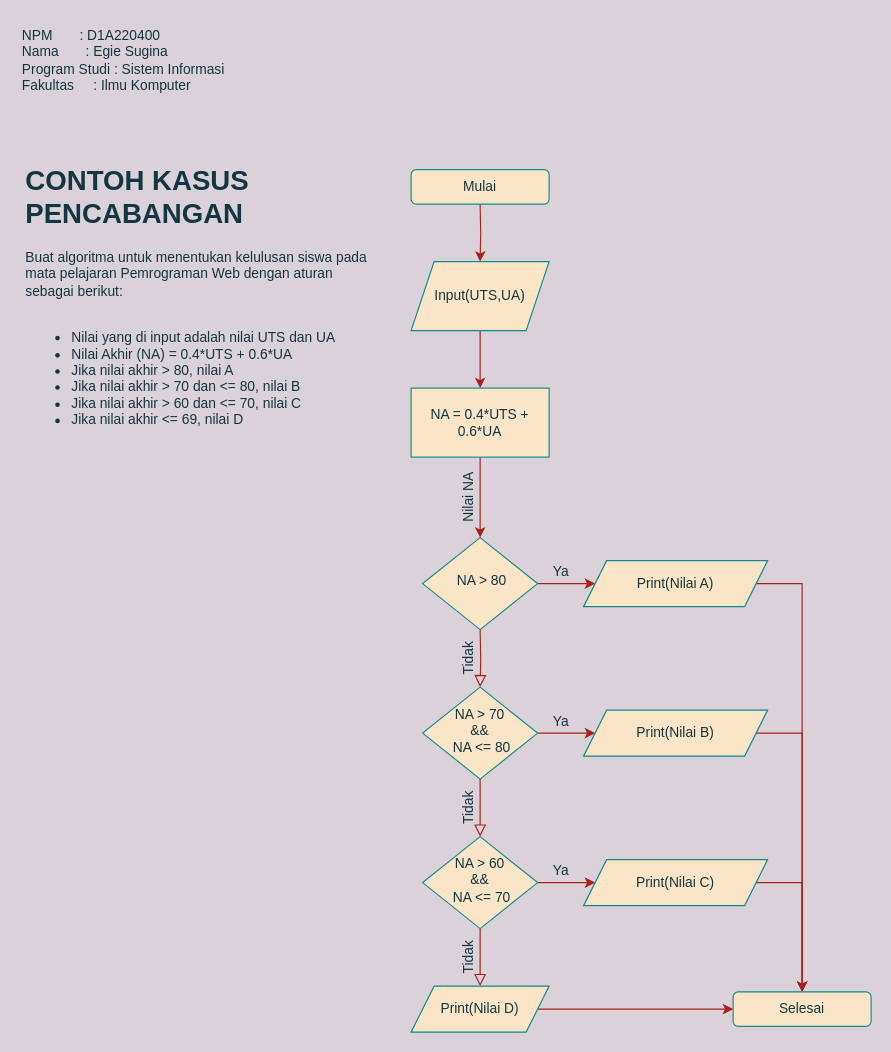
The draw.io diagram Diagram Tanpa Judul.drawio in EgieSugina/FlowChart-Tugas-2, before the edit. Source tidied: cells renumbered, new cells numbered last; positions are measured from the earlier drawing's top-left corner, leaving out a move shared by most shapes. Both pictures are drawn from the tidied source at 115%, with x=0, y=0 at pixel (20, 20).
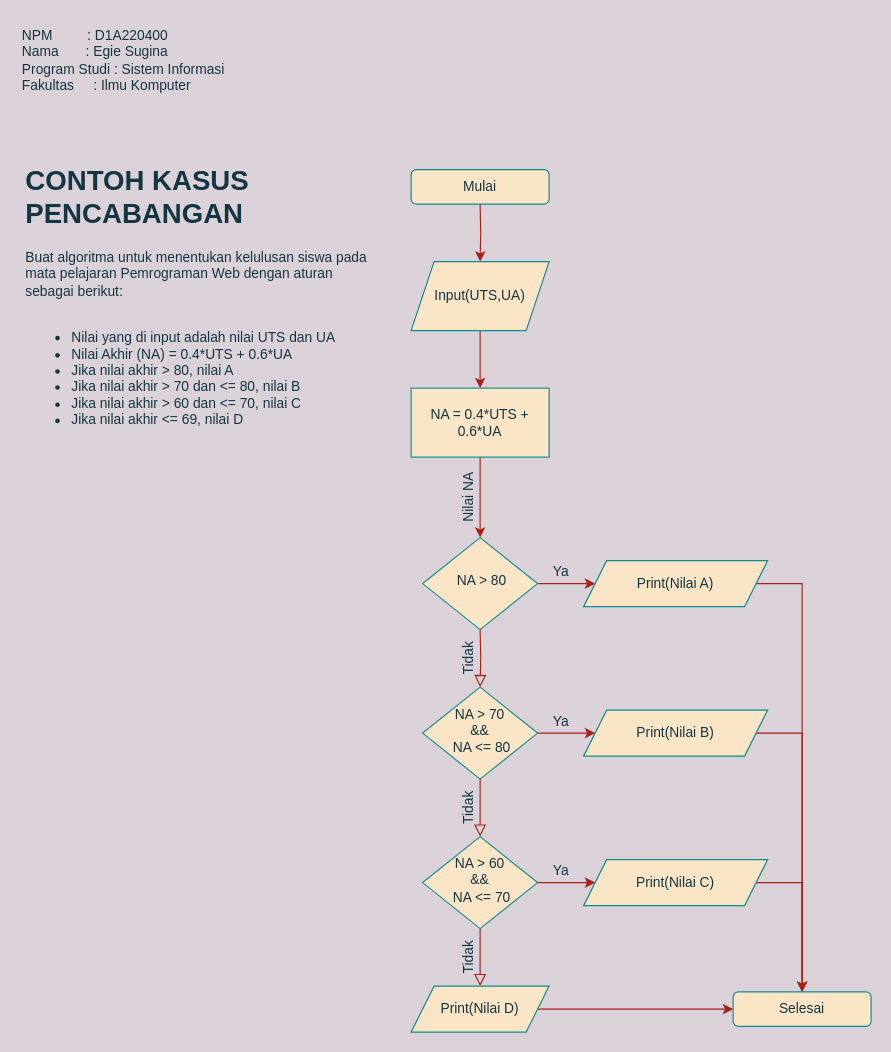
The same diagram, later.

The edit, as a diff of the source:
```diff
@@
-    <mxCell id="33" value="&lt;span style=&quot;&quot;&gt;NPM &lt;span style=&quot;white-space: pre;&quot;&gt; &lt;span style=&quot;white-space: pre;&quot;&gt; &lt;span style=&quot;white-space: pre;&quot;&gt; &lt;span style=&quot;white-space: pre;&quot;&gt; &lt;span style=&quot;white-space: pre;&quot;&gt; &lt;/span&gt;&lt;span style=&quot;white-space: pre;&quot;&gt; &lt;/span&gt;&lt;/span&gt;&lt;/span&gt;&lt;/span&gt;&lt;/span&gt;: D1A220400&lt;/span&gt;&lt;br style=&quot;&quot;&gt;&lt;span style=&quot;&quot;&gt;Nama &lt;span style=&quot;white-space: pre;&quot;&gt; &lt;/span&gt;&lt;span style=&quot;white-space: pre;&quot;&gt; &lt;span style=&quot;white-space: pre;&quot;&gt; &lt;/span&gt;&lt;span style=&quot;white-space: pre;&quot;&gt; &lt;span style=&quot;white-space: pre;&quot;&gt; &lt;/span&gt;&lt;span style=&quot;white-space: pre;&quot;&gt; &lt;/span&gt;&lt;/span&gt;&lt;/span&gt;: Egie Sugina&lt;/span&gt;&lt;br style=&quot;&quot;&gt;&lt;span style=&quot;background-color: initial;&quot;&gt;Program Studi : Sistem Informasi&lt;/span&gt;&lt;br style=&quot;&quot;&gt;&lt;div style=&quot;&quot;&gt;&lt;span style=&quot;background-color: initial;&quot;&gt;Fakultas &lt;span style=&quot;white-space: pre;&quot;&gt; &lt;/span&gt;&lt;span style=&quot;white-space: pre;&quot;&gt; &lt;span style=&quot;white-space: pre;&quot;&gt; &lt;span style=&quot;white-space: pre;&quot;&gt; &lt;/span&gt;&lt;/span&gt;&lt;/span&gt;: Ilmu Komputer&lt;/span&gt;&lt;/div&gt;" style="text;html=1;strokeColor=none;fillColor=none;align=left;verticalAlign=top;whiteSpace=wrap;rounded=0;fontColor=#143642;" parent="1" vertex="1">
+    <mxCell id="33" value="&lt;span style=&quot;&quot;&gt;NPM &lt;span style=&quot;white-space: pre;&quot;&gt; &lt;span style=&quot;white-space: pre;&quot;&gt; &lt;span style=&quot;white-space: pre;&quot;&gt; &lt;span style=&quot;white-space: pre;&quot;&gt; &lt;span style=&quot;white-space: pre;&quot;&gt; &lt;/span&gt;&lt;span style=&quot;white-space: pre;&quot;&gt; &lt;span style=&quot;white-space: pre;&quot;&gt; &lt;/span&gt;&lt;span style=&quot;white-space: pre;&quot;&gt; &lt;/span&gt;&lt;/span&gt;&lt;/span&gt;&lt;/span&gt;&lt;/span&gt;&lt;/span&gt;: D1A220400&lt;/span&gt;&lt;br style=&quot;&quot;&gt;&lt;span style=&quot;&quot;&gt;Nama &lt;span style=&quot;white-space: pre;&quot;&gt; &lt;/span&gt;&lt;span style=&quot;white-space: pre;&quot;&gt; &lt;span style=&quot;white-space: pre;&quot;&gt; &lt;/span&gt;&lt;span style=&quot;white-space: pre;&quot;&gt; &lt;span style=&quot;white-space: pre;&quot;&gt; &lt;span style=&quot;white-space: pre;&quot;&gt; &lt;/span&gt;&lt;/span&gt;&lt;/span&gt;&lt;/span&gt;: Egie Sugina&lt;/span&gt;&lt;br style=&quot;&quot;&gt;&lt;span style=&quot;background-color: initial;&quot;&gt;Program Studi : Sistem Informasi&lt;/span&gt;&lt;br style=&quot;&quot;&gt;&lt;div style=&quot;&quot;&gt;&lt;span style=&quot;background-color: initial;&quot;&gt;Fakultas &lt;span style=&quot;white-space: pre;&quot;&gt; &lt;/span&gt;&lt;span style=&quot;white-space: pre;&quot;&gt; &lt;span style=&quot;white-space: pre;&quot;&gt; &lt;span style=&quot;white-space: pre;&quot;&gt; &lt;/span&gt;&lt;/span&gt;&lt;/span&gt;: Ilmu Komputer&lt;/span&gt;&lt;/div&gt;" style="text;html=1;strokeColor=none;fillColor=none;align=left;verticalAlign=top;whiteSpace=wrap;rounded=0;fontColor=#143642;" parent="1" vertex="1">
       <mxGeometry width="250" height="80" as="geometry" />
     </mxCell>
```
